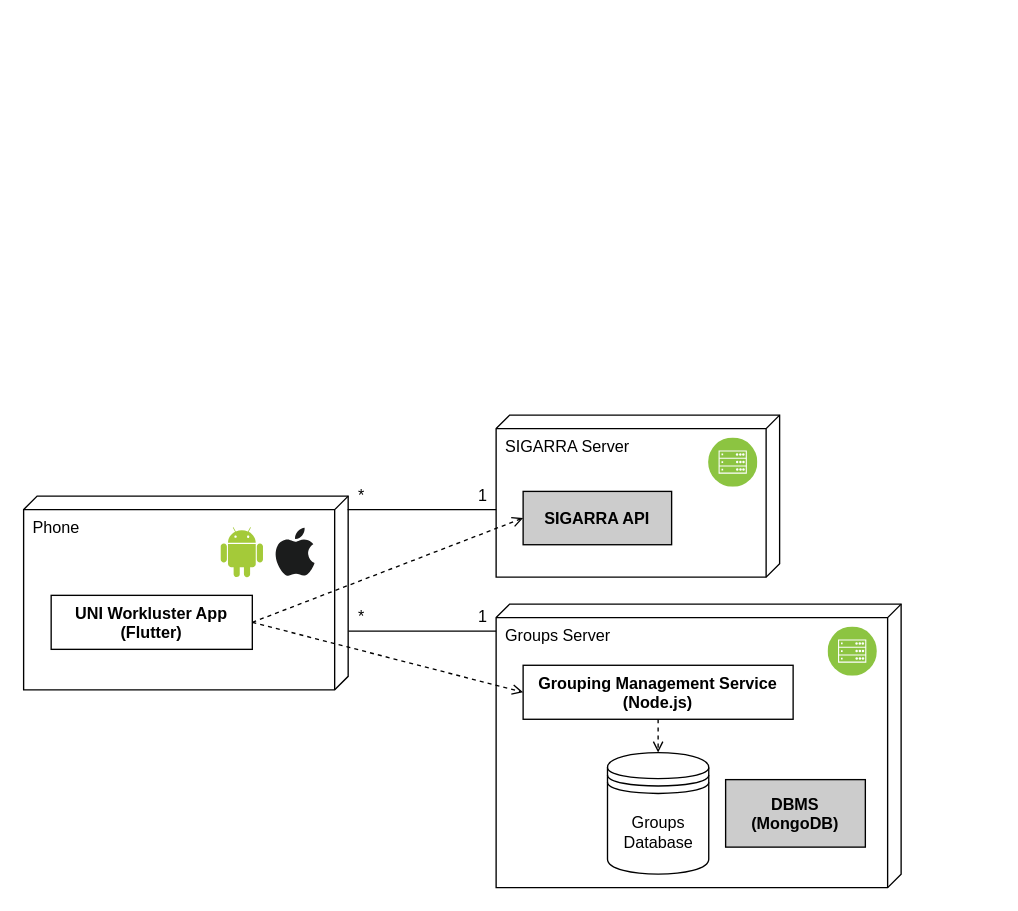
Above: images/PhysicalArchitecture.drawio in tomasnr13/FEUP-ESOF (draw.io), before the change. Source tidied: cells renumbered, new cells numbered last; positions are measured from the earlier drawing's top-left corner, leaving out a move shared by most shapes. Both pictures are drawn from the tidied source at 135%, with x=0, y=0 at pixel (23, 414).
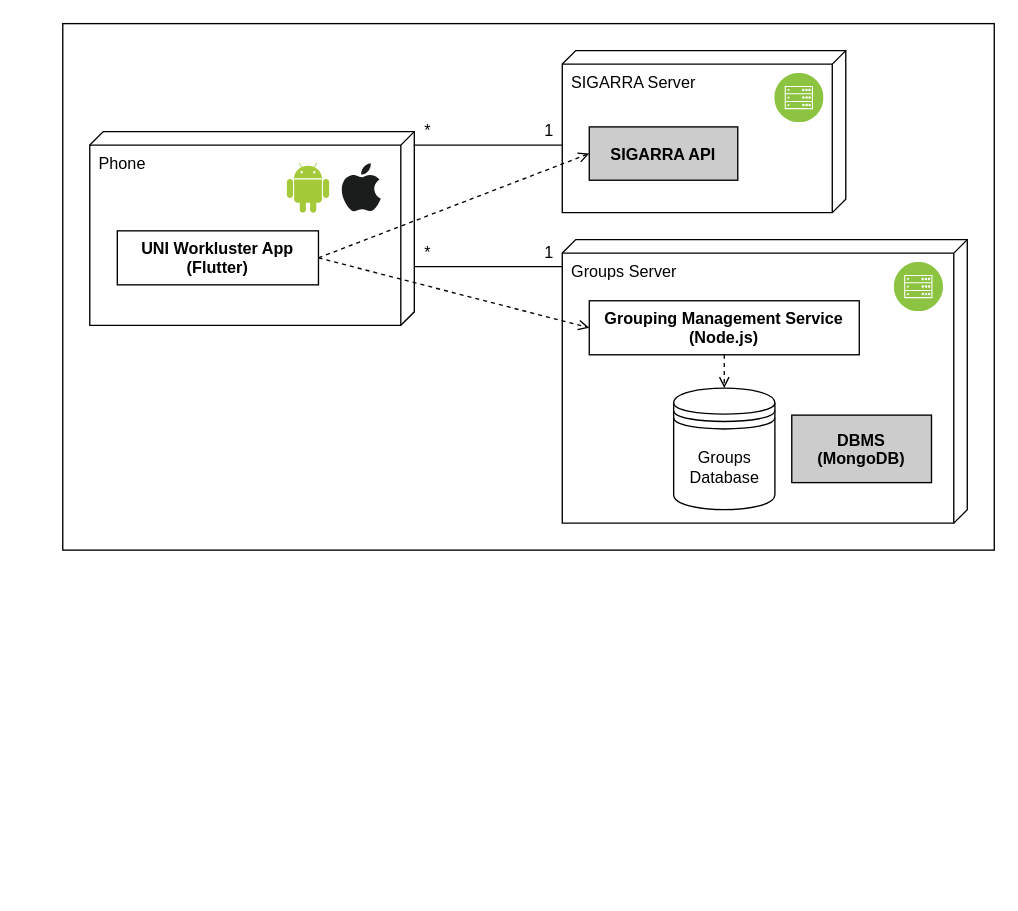
The same diagram, later.

The change refers to these unchanged cells:
```xml
<mxCell id="3" value="&lt;font color=&quot;#000000&quot;&gt;Phone&lt;/font&gt;" style="verticalAlign=top;align=left;shape=cube;size=10;direction=south;fontStyle=0;html=1;boundedLbl=1;spacingLeft=5;fillColor=#FFFFFF;" parent="2" vertex="1">
  <mxGeometry width="240.4" height="143.5" as="geometry" />
</mxCell>
<mxCell id="4" value="UNI Workluster App&#10;(Flutter)" style="fontStyle=1;fillColor=#FFFFFF;fontColor=#000000;" parent="2" vertex="1">
  <mxGeometry x="20.4" y="73.5" width="149" height="40" as="geometry" />
</mxCell>
<mxCell id="8" value="SIGARRA Server" style="verticalAlign=top;align=left;shape=cube;size=10;direction=south;fontStyle=0;html=1;boundedLbl=1;spacingLeft=5;fillColor=#FFFFFF;fontColor=#000000;" parent="7" vertex="1">
  <mxGeometry width="210" height="120" as="geometry" />
</mxCell>
<mxCell id="9" value="SIGARRA API" style="fontStyle=1;fillColor=#CCCCCC;fontColor=#000000;" parent="7" vertex="1">
  <mxGeometry x="20" y="56.5" width="110" height="39.5" as="geometry" />
</mxCell>
<mxCell id="12" value="&lt;font color=&quot;#000000&quot;&gt;Groups Server&lt;/font&gt;" style="verticalAlign=top;align=left;shape=cube;size=10;direction=south;fontStyle=0;html=1;boundedLbl=1;spacingLeft=5;fillColor=#FFFFFF;" parent="11" vertex="1">
  <mxGeometry width="300" height="210" as="geometry" />
</mxCell>
<mxCell id="13" value="Grouping Management Service&#10;(Node.js)" style="fontStyle=1;fillColor=#FFFFFF;fontColor=#000000;" parent="11" vertex="1">
  <mxGeometry x="20" y="45.3" width="200" height="40" as="geometry" />
</mxCell>
```

The edit, as a diff of the source:
```diff
@@
+    <mxCell id="26" style="rounded=0;whiteSpace=wrap;html=1;" parent="1" vertex="1">
+      <mxGeometry x="29" y="-290" width="690" height="390" as="geometry" />
+    </mxCell>
+    <mxCell id="27" style="group;" parent="1" vertex="1">
+      <mxGeometry x="49" y="-270" width="650" height="350" as="geometry" />
+    </mxCell>
-    <mxCell id="2" style="group;fontColor=#000000;" parent="1" vertex="1">
+    <mxCell id="2" style="group;fontColor=#000000;" parent="27" vertex="1">
       <mxGeometry y="60" width="240.4" height="143.5" as="geometry" />
     </mxCell>
@@
-    <mxCell id="7" style="group;fillColor=#FFFFFF;" parent="1" vertex="1">
+    <mxCell id="7" style="group;fillColor=#FFFFFF;" parent="27" vertex="1">
       <mxGeometry x="350" width="210" height="120" as="geometry" />
     </mxCell>
@@
-    <mxCell id="11" style="group;fillColor=#FFFFFF;" parent="1" vertex="1">
+    <mxCell id="11" style="group;fillColor=#FFFFFF;" parent="27" vertex="1">
       <mxGeometry x="350" y="140" width="300" height="210" as="geometry" />
     </mxCell>
@@
-    <mxCell id="18" style="endArrow=none;html=1;exitX=0.697;exitY=-0.001;exitDx=0;exitDy=0;exitPerimeter=0;entryX=0.095;entryY=1;entryDx=0;entryDy=0;entryPerimeter=0;" parent="1" edge="1" source="3" target="12">
+    <mxCell id="18" style="endArrow=none;html=1;exitX=0.697;exitY=-0.001;exitDx=0;exitDy=0;exitPerimeter=0;entryX=0.095;entryY=1;entryDx=0;entryDy=0;entryPerimeter=0;" parent="27" edge="1" source="3" target="12">
       <mxGeometry relative="1" as="geometry" />
     </mxCell>
-    <mxCell id="19" style="endArrow=none;html=1;entryX=0.583;entryY=1;entryDx=0;entryDy=0;entryPerimeter=0;" parent="1" edge="1" target="8">
+    <mxCell id="19" style="endArrow=none;html=1;entryX=0.583;entryY=1;entryDx=0;entryDy=0;entryPerimeter=0;" parent="27" edge="1" target="8">
       <mxGeometry relative="1" as="geometry">
         <mxPoint x="240" y="70" as="sourcePoint" />
       </mxGeometry>
     </mxCell>
-    <mxCell id="20" value="1" style="text;html=1;align=center;verticalAlign=middle;strokeColor=none;fillColor=none;" parent="1" vertex="1">
+    <mxCell id="20" value="1" style="text;html=1;align=center;verticalAlign=middle;strokeColor=none;fillColor=none;" parent="27" vertex="1">
       <mxGeometry x="330" y="50" width="20" height="20" as="geometry" />
     </mxCell>
-    <mxCell id="21" value="*" style="text;html=1;align=center;verticalAlign=middle;strokeColor=none;fillColor=none;" parent="1" vertex="1">
+    <mxCell id="21" value="*" style="text;html=1;align=center;verticalAlign=middle;strokeColor=none;fillColor=none;" parent="27" vertex="1">
       <mxGeometry x="240" y="50" width="20" height="20" as="geometry" />
     </mxCell>
-    <mxCell id="22" value="*" style="text;html=1;align=center;verticalAlign=middle;strokeColor=none;fillColor=none;" parent="1" vertex="1">
+    <mxCell id="22" value="*" style="text;html=1;align=center;verticalAlign=middle;strokeColor=none;fillColor=none;" parent="27" vertex="1">
       <mxGeometry x="240" y="140" width="20" height="20" as="geometry" />
     </mxCell>
-    <mxCell id="23" style="html=1;labelBackgroundColor=#ffffff;startArrow=none;startFill=0;startSize=6;endArrow=open;endFill=0;endSize=6;jettySize=auto;strokeWidth=1;dashed=1;fontSize=14;entryX=0;entryY=0.5;entryDx=0;entryDy=0;exitX=1;exitY=0.5;exitDx=0;exitDy=0;" parent="1" edge="1" source="4" target="9">
+    <mxCell id="23" style="html=1;labelBackgroundColor=#ffffff;startArrow=none;startFill=0;startSize=6;endArrow=open;endFill=0;endSize=6;jettySize=auto;strokeWidth=1;dashed=1;fontSize=14;entryX=0;entryY=0.5;entryDx=0;entryDy=0;exitX=1;exitY=0.5;exitDx=0;exitDy=0;" parent="27" edge="1" source="4" target="9">
       <mxGeometry relative="1" as="geometry" />
     </mxCell>
-    <mxCell id="24" value="1" style="text;html=1;align=center;verticalAlign=middle;strokeColor=none;fillColor=none;" parent="1" vertex="1">
+    <mxCell id="24" value="1" style="text;html=1;align=center;verticalAlign=middle;strokeColor=none;fillColor=none;" parent="27" vertex="1">
       <mxGeometry x="330" y="140" width="20" height="20" as="geometry" />
     </mxCell>
-    <mxCell id="25" style="html=1;labelBackgroundColor=#ffffff;startArrow=none;startFill=0;startSize=6;endArrow=open;endFill=0;endSize=6;jettySize=auto;strokeWidth=1;dashed=1;fontSize=14;entryX=0;entryY=0.5;entryDx=0;entryDy=0;exitX=1;exitY=0.5;exitDx=0;exitDy=0;" parent="1" edge="1" source="4" target="13">
+    <mxCell id="25" style="html=1;labelBackgroundColor=#ffffff;startArrow=none;startFill=0;startSize=6;endArrow=open;endFill=0;endSize=6;jettySize=auto;strokeWidth=1;dashed=1;fontSize=14;entryX=0;entryY=0.5;entryDx=0;entryDy=0;exitX=1;exitY=0.5;exitDx=0;exitDy=0;" parent="27" edge="1" source="4" target="13">
       <mxGeometry relative="1" as="geometry" />
     </mxCell>
```
